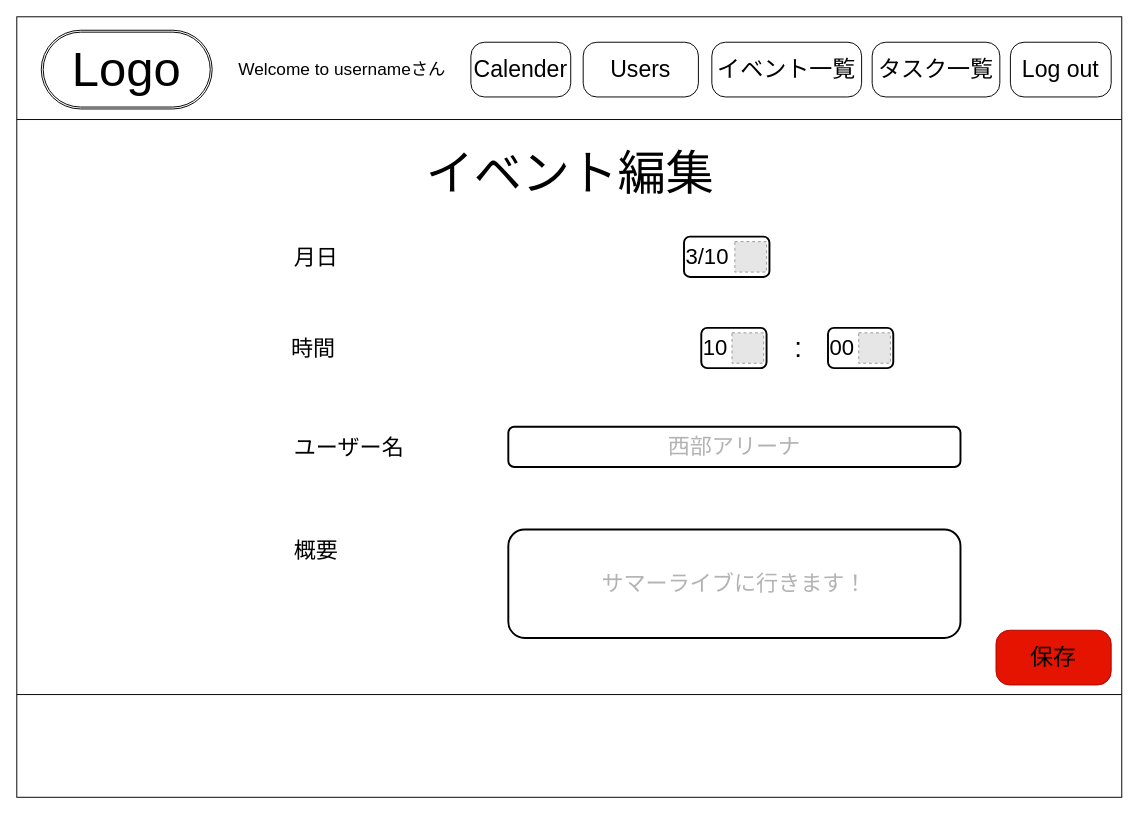
This is page "イベント編集の" (11 of 20) of specification/wire flame.drawio from MurapyonCorp/My-Portfolio, a draw.io file, before an edit. Source tidied: cells renumbered, new cells numbered last; positions are measured from the earlier drawing's top-left corner, leaving out a move shared by most shapes. Both pictures are drawn from the tidied source at 96%, with x=0, y=0 at pixel (16, 16). Pictures stored in the file or linked from it are replaced by grey dashed boxes.
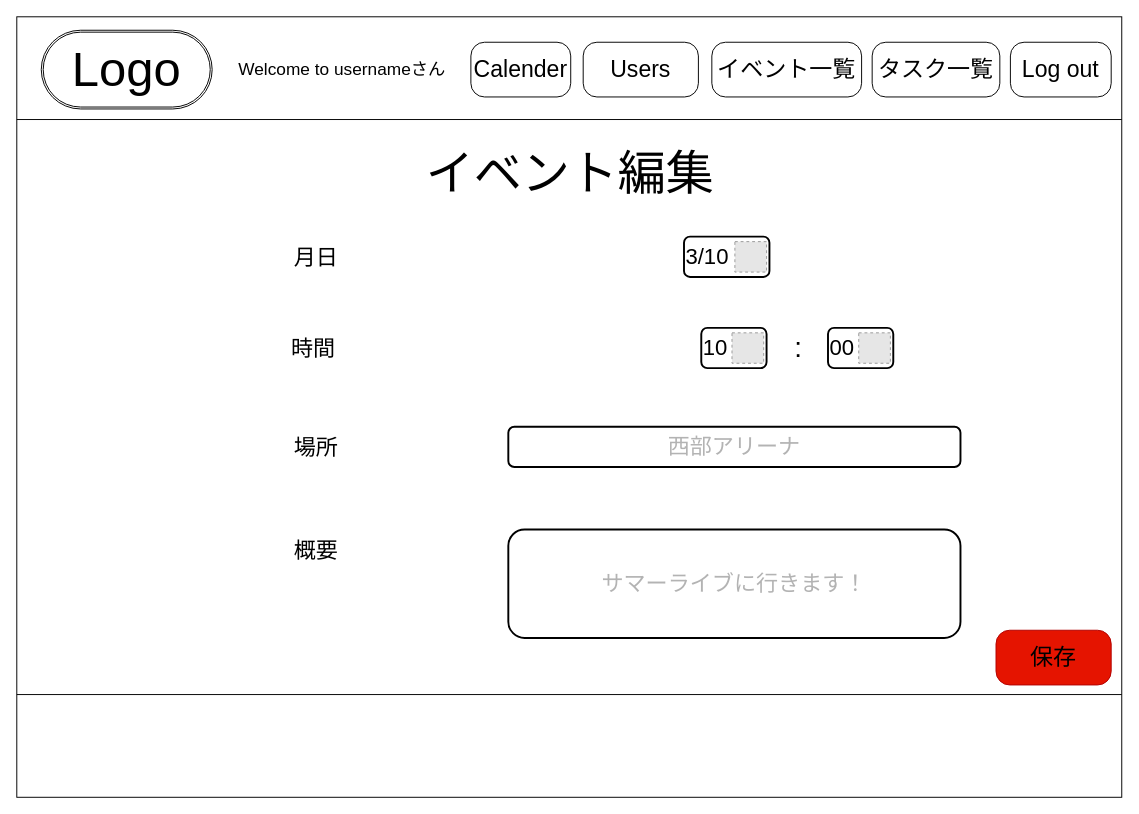
After the change.

What changed in the source:
```diff
@@
-    <mxCell id="21" value="ユーザー名" style="text;strokeColor=none;fillColor=none;align=left;verticalAlign=top;spacingLeft=4;spacingRight=4;overflow=hidden;fontSize=23;fontColor=#000000;" parent="1" vertex="1">
+    <mxCell id="21" value="場所" style="text;strokeColor=none;fillColor=none;align=left;verticalAlign=top;spacingLeft=4;spacingRight=4;overflow=hidden;fontSize=23;fontColor=#000000;" parent="1" vertex="1">
       <mxGeometry x="283" y="428" width="132" height="40" as="geometry" />
     </mxCell>
```
